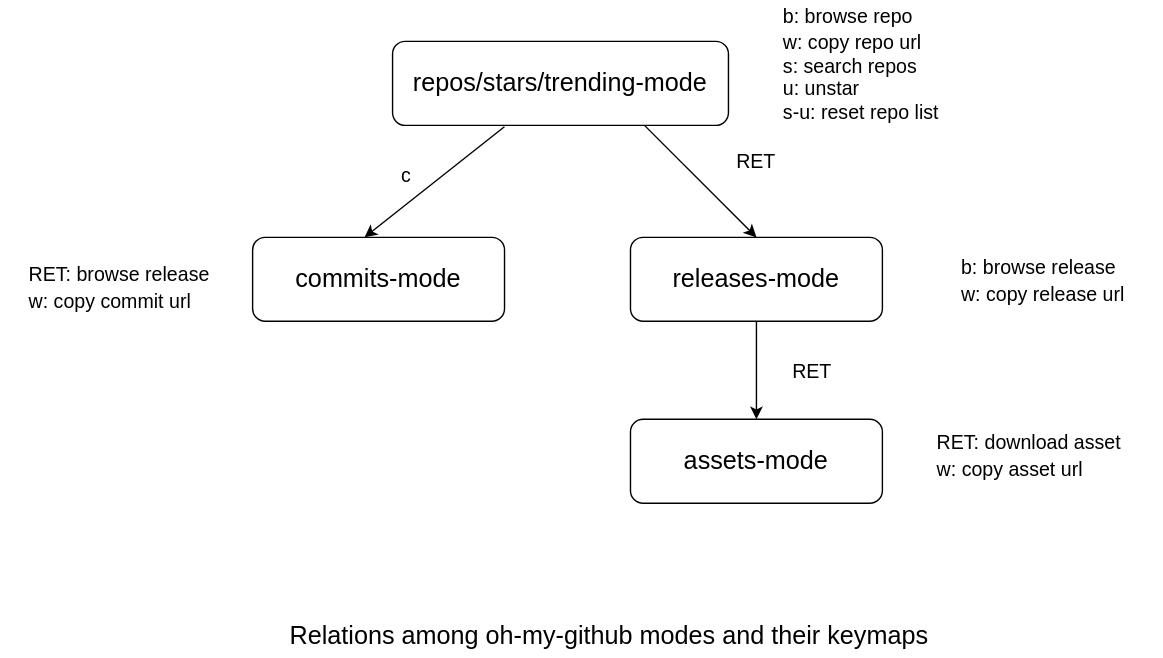
This is assets/omg-modes.svg from jiacai2050/oh-my-github, a draw.io export, as it was before one commit. Source tidied: cells renumbered, new cells last; positions are measured from the earlier drawing's top-left corner, leaving out a move shared by most shapes.
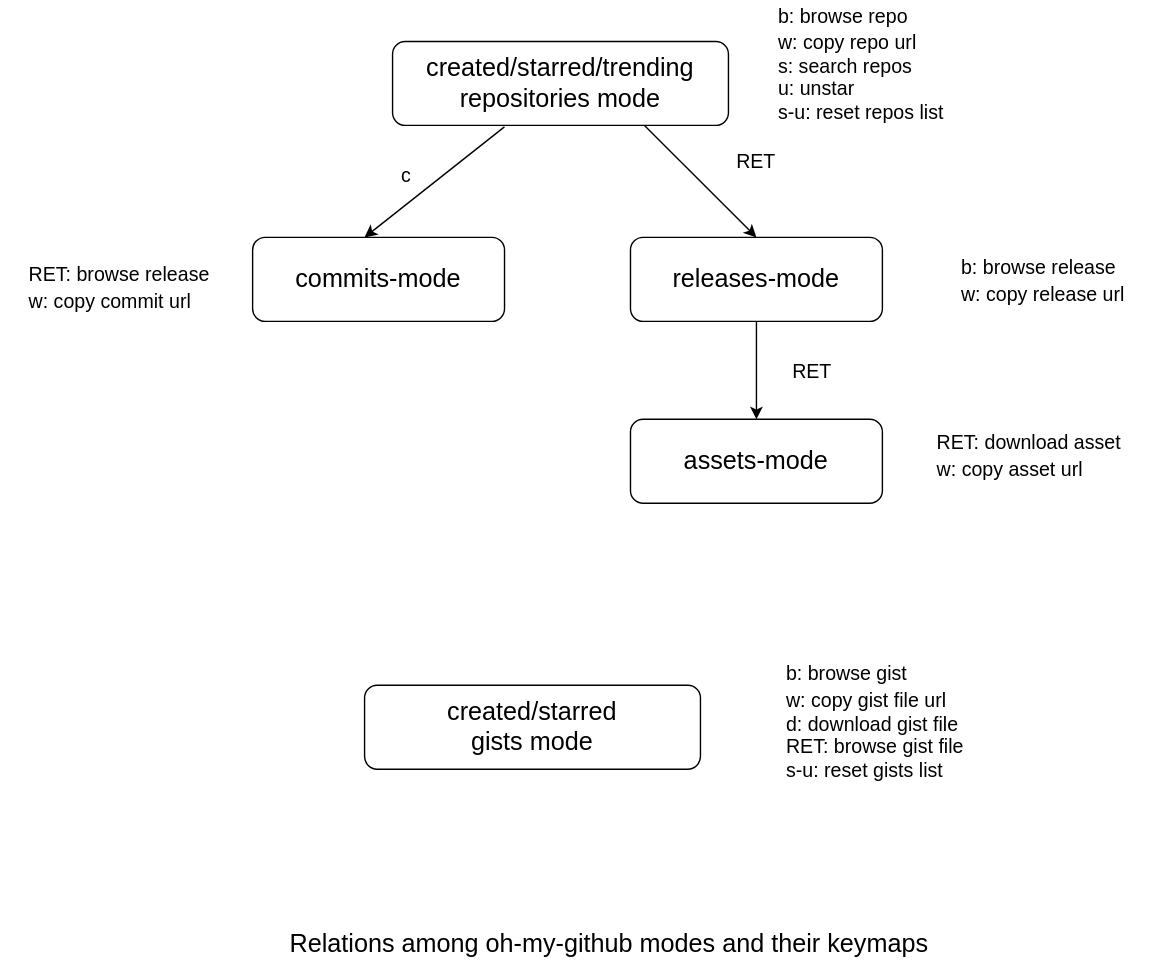
The same diagram one commit later.

What changed in the source:
```diff
@@ -2,7 +2,7 @@
   <root>
     <mxCell id="0" />
     <mxCell id="1" parent="0" />
-    <mxCell id="2" value="&lt;font style=&quot;font-size: 18px&quot;&gt;repos/stars/trending-mode&lt;/font&gt;" style="rounded=1;whiteSpace=wrap;html=1;fontSize=12;glass=0;strokeWidth=1;shadow=0;" parent="1" vertex="1">
+    <mxCell id="2" value="&lt;font style=&quot;font-size: 18px&quot;&gt;created/starred/trending&lt;br&gt;repositories mode&lt;/font&gt;" style="rounded=1;whiteSpace=wrap;html=1;fontSize=12;glass=0;strokeWidth=1;shadow=0;" parent="1" vertex="1">
       <mxGeometry x="280" y="10" width="240" height="60" as="geometry" />
     </mxCell>
     <mxCell id="3" style="endArrow=classic;html=1;rounded=0;fontSize=18;exitX=0.333;exitY=1.017;exitDx=0;exitDy=0;exitPerimeter=0;" parent="1" edge="1" source="2">
@@ -45,11 +45,17 @@
     <mxCell id="14" value="&lt;div style=&quot;text-align: left&quot;&gt;&lt;span style=&quot;font-size: 14px&quot;&gt;RET: browse release&lt;/span&gt;&lt;/div&gt;&lt;font style=&quot;font-size: 14px&quot;&gt;&lt;div style=&quot;text-align: left&quot;&gt;&lt;span&gt;w: copy commit url&lt;/span&gt;&lt;/div&gt;&lt;/font&gt;" style="text;html=1;strokeColor=none;fillColor=none;align=center;verticalAlign=middle;whiteSpace=wrap;rounded=0;fontSize=18;" parent="1" vertex="1">
       <mxGeometry y="170" width="170" height="30" as="geometry" />
     </mxCell>
-    <mxCell id="15" value="&lt;div style=&quot;text-align: left&quot;&gt;&lt;span style=&quot;font-size: 14px&quot;&gt;b: browse repo&lt;/span&gt;&lt;/div&gt;&lt;font style=&quot;font-size: 14px&quot;&gt;&lt;div style=&quot;text-align: left&quot;&gt;&lt;span&gt;w: copy repo url&lt;/span&gt;&lt;/div&gt;&lt;div style=&quot;text-align: left&quot;&gt;&lt;span&gt;s: search repos&lt;/span&gt;&lt;/div&gt;&lt;div style=&quot;text-align: left&quot;&gt;&lt;span&gt;u: unstar&lt;/span&gt;&lt;/div&gt;&lt;div style=&quot;text-align: left&quot;&gt;&lt;span&gt;s-u: reset repo list&lt;/span&gt;&lt;br&gt;&lt;/div&gt;&lt;/font&gt;" style="text;html=1;strokeColor=none;fillColor=none;align=center;verticalAlign=middle;whiteSpace=wrap;rounded=0;fontSize=18;" parent="1" vertex="1">
+    <mxCell id="15" value="&lt;div style=&quot;text-align: left&quot;&gt;&lt;span style=&quot;font-size: 14px&quot;&gt;b: browse repo&lt;/span&gt;&lt;/div&gt;&lt;font style=&quot;font-size: 14px&quot;&gt;&lt;div style=&quot;text-align: left&quot;&gt;&lt;span&gt;w: copy repo url&lt;/span&gt;&lt;/div&gt;&lt;div style=&quot;text-align: left&quot;&gt;&lt;span&gt;s: search repos&lt;/span&gt;&lt;/div&gt;&lt;div style=&quot;text-align: left&quot;&gt;&lt;span&gt;u: unstar&lt;/span&gt;&lt;/div&gt;&lt;div style=&quot;text-align: left&quot;&gt;&lt;span&gt;s-u: reset repos list&lt;/span&gt;&lt;br&gt;&lt;/div&gt;&lt;/font&gt;" style="text;html=1;strokeColor=none;fillColor=none;align=center;verticalAlign=middle;whiteSpace=wrap;rounded=0;fontSize=18;" parent="1" vertex="1">
       <mxGeometry x="530" width="170" height="50" as="geometry" />
     </mxCell>
     <mxCell id="16" value="&lt;font style=&quot;font-size: 18px&quot;&gt;Relations among oh-my-github modes and their keymaps&lt;/font&gt;" style="text;html=1;strokeColor=none;fillColor=none;align=center;verticalAlign=middle;whiteSpace=wrap;rounded=0;fontSize=14;" parent="1" vertex="1">
-      <mxGeometry x="190" y="420" width="490" height="30" as="geometry" />
+      <mxGeometry x="190" y="640" width="490" height="30" as="geometry" />
     </mxCell>
+    <mxCell id="17" value="&lt;font style=&quot;font-size: 18px&quot;&gt;created/starred&lt;br&gt;gists mode&lt;/font&gt;" style="rounded=1;whiteSpace=wrap;html=1;fontSize=12;glass=0;strokeWidth=1;shadow=0;" parent="1" vertex="1">
+      <mxGeometry x="260" y="470" width="240" height="60" as="geometry" />
+    </mxCell>
+    <mxCell id="18" value="&lt;div style=&quot;text-align: left&quot;&gt;&lt;span style=&quot;font-size: 14px&quot;&gt;b: browse gist&lt;/span&gt;&lt;/div&gt;&lt;font style=&quot;font-size: 14px&quot;&gt;&lt;div style=&quot;text-align: left&quot;&gt;&lt;span&gt;w: copy gist file url&lt;/span&gt;&lt;/div&gt;&lt;div style=&quot;text-align: left&quot;&gt;&lt;span&gt;d: download gist file&lt;/span&gt;&lt;/div&gt;&lt;div style=&quot;text-align: left&quot;&gt;&lt;span&gt;RET: browse gist file&lt;/span&gt;&lt;/div&gt;&lt;div style=&quot;text-align: left&quot;&gt;&lt;span&gt;s-u: reset gists list&lt;/span&gt;&lt;br&gt;&lt;/div&gt;&lt;/font&gt;" style="text;html=1;strokeColor=none;fillColor=none;align=center;verticalAlign=middle;whiteSpace=wrap;rounded=0;fontSize=18;" parent="1" vertex="1">
+      <mxGeometry x="540" y="470" width="170" height="50" as="geometry" />
+    </mxCell>
   </root>
 </mxGraphModel>
```
